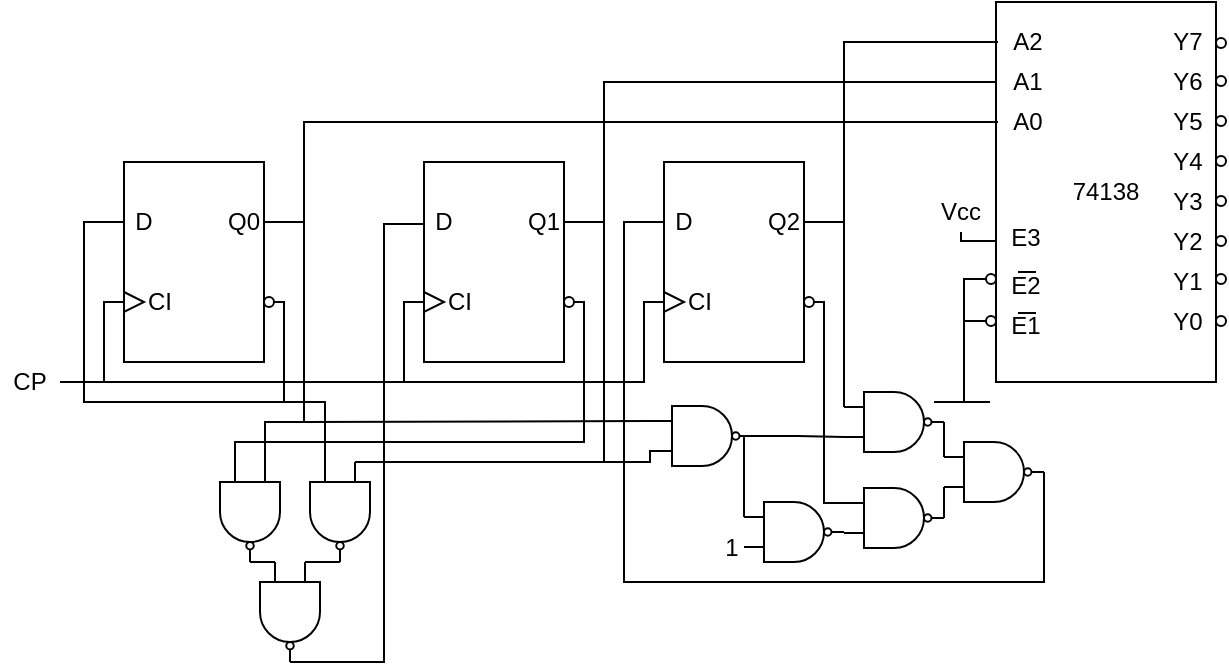
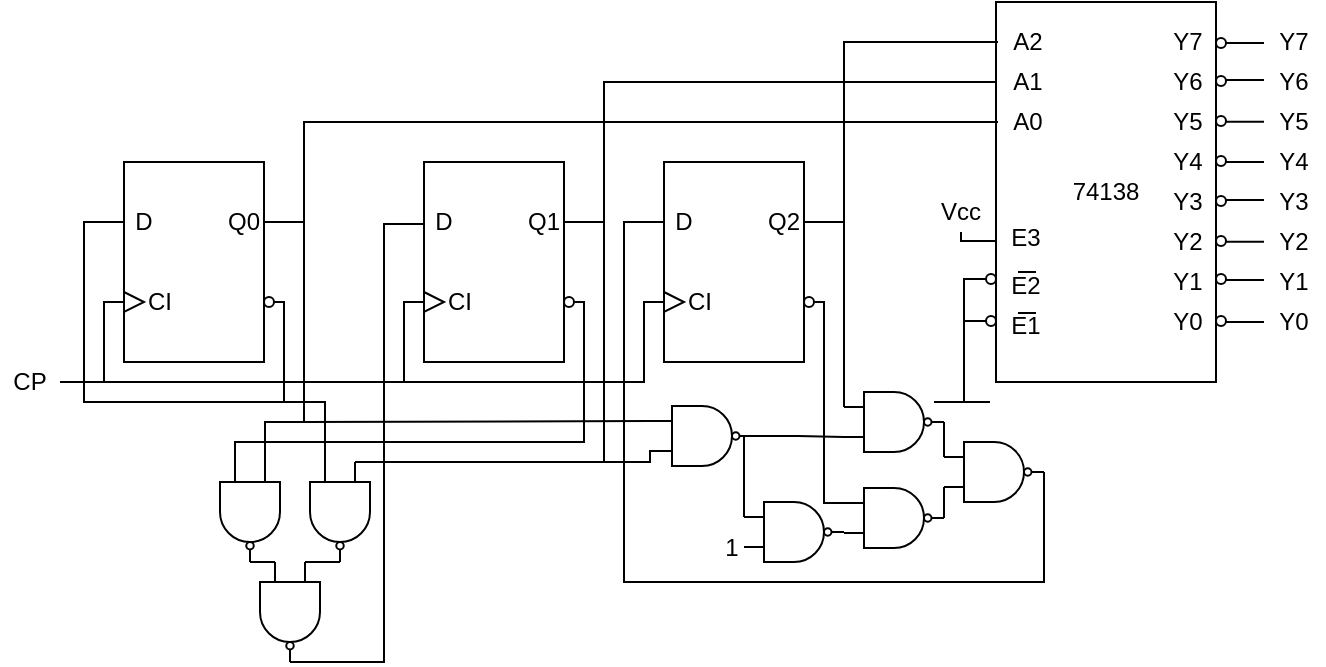
<mxfile host="app.diagrams.net">
  <diagram name="第 1 页" id="2n0clAzB-kkmiZEZzs4C">
-     <mxGraphModel dx="479" dy="254" grid="1" gridSize="10" guides="1" tooltips="1" connect="1" arrows="1" fold="1" page="1" pageScale="1" pageWidth="827" pageHeight="1169" math="0" shadow="0">
+     <mxGraphModel dx="852" dy="368" grid="1" gridSize="10" guides="1" tooltips="1" connect="1" arrows="1" fold="1" page="1" pageScale="1" pageWidth="827" pageHeight="1169" math="0" shadow="0">
      <root>
        <mxCell id="0" />
        <mxCell id="1" parent="0" />
        <mxCell id="GXmpew8t1o11YY-uNaVu-1" parent="1" style="rounded=0;whiteSpace=wrap;html=1;" value="" vertex="1">
          <mxGeometry height="100" width="70" x="90" y="360" as="geometry" />
        </mxCell>
        <mxCell id="GXmpew8t1o11YY-uNaVu-2" parent="1" style="text;html=1;whiteSpace=wrap;strokeColor=none;fillColor=none;align=center;verticalAlign=middle;rounded=0;" value="D" vertex="1">
          <mxGeometry height="20" width="20" x="90" y="380" as="geometry" />
        </mxCell>
        <mxCell id="GXmpew8t1o11YY-uNaVu-3" parent="1" style="text;html=1;whiteSpace=wrap;strokeColor=none;fillColor=none;align=center;verticalAlign=middle;rounded=0;" value="CI" vertex="1">
          <mxGeometry height="20" width="30" x="93" y="420" as="geometry" />
        </mxCell>
        <mxCell id="rB7MInBiW6A64KowDTp8-72" edge="1" parent="1" source="GXmpew8t1o11YY-uNaVu-5" style="edgeStyle=orthogonalEdgeStyle;rounded=0;orthogonalLoop=1;jettySize=auto;html=1;exitX=0;exitY=0.5;exitDx=0;exitDy=0;entryX=1;entryY=0.5;entryDx=0;entryDy=0;endArrow=none;endFill=0;" target="rB7MInBiW6A64KowDTp8-73">
          <mxGeometry relative="1" as="geometry">
            <Array as="points">
              <mxPoint x="80" y="430" />
              <mxPoint x="80" y="470" />
            </Array>
            <mxPoint x="80" y="510" as="targetPoint" />
          </mxGeometry>
        </mxCell>
        <mxCell id="GXmpew8t1o11YY-uNaVu-5" parent="1" style="triangle;whiteSpace=wrap;html=1;" value="" vertex="1">
          <mxGeometry height="10" width="10" x="90" y="425" as="geometry" />
        </mxCell>
        <mxCell id="GXmpew8t1o11YY-uNaVu-6" parent="1" style="text;html=1;whiteSpace=wrap;strokeColor=none;fillColor=none;align=center;verticalAlign=middle;rounded=0;" value="Q0" vertex="1">
          <mxGeometry height="10" width="20" x="140" y="385" as="geometry" />
        </mxCell>
        <mxCell id="rB7MInBiW6A64KowDTp8-56" edge="1" parent="1" source="GXmpew8t1o11YY-uNaVu-7" style="edgeStyle=orthogonalEdgeStyle;rounded=0;orthogonalLoop=1;jettySize=auto;html=1;exitX=1;exitY=0.5;exitDx=0;exitDy=0;entryX=0;entryY=0.5;entryDx=0;entryDy=0;endArrow=none;endFill=0;" target="GXmpew8t1o11YY-uNaVu-2">
          <mxGeometry relative="1" as="geometry">
            <Array as="points">
              <mxPoint x="170" y="430" />
              <mxPoint x="170" y="480" />
              <mxPoint x="70" y="480" />
              <mxPoint x="70" y="390" />
            </Array>
          </mxGeometry>
        </mxCell>
        <mxCell id="GXmpew8t1o11YY-uNaVu-7" parent="1" style="ellipse;whiteSpace=wrap;html=1;aspect=fixed;" value="" vertex="1">
          <mxGeometry height="5" width="5" x="160" y="427.5" as="geometry" />
        </mxCell>
        <mxCell id="GXmpew8t1o11YY-uNaVu-8" parent="1" style="rounded=0;whiteSpace=wrap;html=1;" value="" vertex="1">
          <mxGeometry height="100" width="70" x="240" y="360" as="geometry" />
        </mxCell>
        <mxCell id="GXmpew8t1o11YY-uNaVu-9" parent="1" style="text;html=1;whiteSpace=wrap;strokeColor=none;fillColor=none;align=center;verticalAlign=middle;rounded=0;" value="D" vertex="1">
          <mxGeometry height="20" width="20" x="240" y="380" as="geometry" />
        </mxCell>
        <mxCell id="GXmpew8t1o11YY-uNaVu-10" parent="1" style="text;html=1;whiteSpace=wrap;strokeColor=none;fillColor=none;align=center;verticalAlign=middle;rounded=0;" value="CI" vertex="1">
          <mxGeometry height="20" width="30" x="243" y="420" as="geometry" />
        </mxCell>
        <mxCell id="rB7MInBiW6A64KowDTp8-74" edge="1" parent="1" source="GXmpew8t1o11YY-uNaVu-11" style="edgeStyle=orthogonalEdgeStyle;rounded=0;orthogonalLoop=1;jettySize=auto;html=1;exitX=0;exitY=0.5;exitDx=0;exitDy=0;entryX=1;entryY=0.5;entryDx=0;entryDy=0;endArrow=none;endFill=0;" target="rB7MInBiW6A64KowDTp8-73">
          <mxGeometry relative="1" as="geometry">
            <Array as="points">
              <mxPoint x="230" y="430" />
              <mxPoint x="230" y="470" />
              <mxPoint x="70" y="470" />
            </Array>
          </mxGeometry>
        </mxCell>
        <mxCell id="GXmpew8t1o11YY-uNaVu-11" parent="1" style="triangle;whiteSpace=wrap;html=1;" value="" vertex="1">
          <mxGeometry height="10" width="10" x="240" y="425" as="geometry" />
        </mxCell>
        <mxCell id="GXmpew8t1o11YY-uNaVu-12" parent="1" style="text;html=1;whiteSpace=wrap;strokeColor=none;fillColor=none;align=center;verticalAlign=middle;rounded=0;" value="Q1" vertex="1">
          <mxGeometry height="10" width="20" x="290" y="385" as="geometry" />
        </mxCell>
        <mxCell id="GXmpew8t1o11YY-uNaVu-13" parent="1" style="ellipse;whiteSpace=wrap;html=1;aspect=fixed;" value="" vertex="1">
          <mxGeometry height="5" width="5" x="310" y="427.5" as="geometry" />
        </mxCell>
        <mxCell id="GXmpew8t1o11YY-uNaVu-14" parent="1" style="rounded=0;whiteSpace=wrap;html=1;" value="" vertex="1">
          <mxGeometry height="100" width="70" x="360" y="360" as="geometry" />
        </mxCell>
        <mxCell id="GXmpew8t1o11YY-uNaVu-15" parent="1" style="text;html=1;whiteSpace=wrap;strokeColor=none;fillColor=none;align=center;verticalAlign=middle;rounded=0;" value="D" vertex="1">
          <mxGeometry height="20" width="20" x="360" y="380" as="geometry" />
        </mxCell>
        <mxCell id="GXmpew8t1o11YY-uNaVu-16" parent="1" style="text;html=1;whiteSpace=wrap;strokeColor=none;fillColor=none;align=center;verticalAlign=middle;rounded=0;" value="CI" vertex="1">
          <mxGeometry height="20" width="30" x="363" y="420" as="geometry" />
        </mxCell>
        <mxCell id="rB7MInBiW6A64KowDTp8-75" edge="1" parent="1" source="GXmpew8t1o11YY-uNaVu-17" style="edgeStyle=orthogonalEdgeStyle;rounded=0;orthogonalLoop=1;jettySize=auto;html=1;exitX=0;exitY=0.5;exitDx=0;exitDy=0;entryX=1;entryY=0.5;entryDx=0;entryDy=0;endArrow=none;endFill=0;" target="rB7MInBiW6A64KowDTp8-73">
          <mxGeometry relative="1" as="geometry">
            <Array as="points">
              <mxPoint x="350" y="430" />
              <mxPoint x="350" y="470" />
              <mxPoint x="70" y="470" />
            </Array>
          </mxGeometry>
        </mxCell>
        <mxCell id="GXmpew8t1o11YY-uNaVu-17" parent="1" style="triangle;whiteSpace=wrap;html=1;" value="" vertex="1">
          <mxGeometry height="10" width="10" x="360" y="425" as="geometry" />
        </mxCell>
        <mxCell id="GXmpew8t1o11YY-uNaVu-18" parent="1" style="text;html=1;whiteSpace=wrap;strokeColor=none;fillColor=none;align=center;verticalAlign=middle;rounded=0;" value="Q2" vertex="1">
          <mxGeometry height="10" width="20" x="410" y="385" as="geometry" />
        </mxCell>
        <mxCell id="GXmpew8t1o11YY-uNaVu-19" parent="1" style="ellipse;whiteSpace=wrap;html=1;aspect=fixed;" value="" vertex="1">
          <mxGeometry height="5" width="5" x="430" y="427.5" as="geometry" />
        </mxCell>
        <mxCell id="rB7MInBiW6A64KowDTp8-1" edge="1" parent="1" source="rB7MInBiW6A64KowDTp8-38" style="edgeStyle=orthogonalEdgeStyle;rounded=0;orthogonalLoop=1;jettySize=auto;html=1;exitX=0;exitY=0.5;exitDx=0;exitDy=0;endArrow=none;endFill=0;entryX=1;entryY=0.5;entryDx=0;entryDy=0;" target="GXmpew8t1o11YY-uNaVu-12">
          <mxGeometry relative="1" as="geometry">
            <Array as="points">
              <mxPoint x="330" y="320" />
              <mxPoint x="330" y="390" />
            </Array>
            <mxPoint x="566" y="278.67" as="sourcePoint" />
            <mxPoint x="536" y="278.6461904761905" as="targetPoint" />
          </mxGeometry>
        </mxCell>
        <mxCell id="rB7MInBiW6A64KowDTp8-2" parent="1" style="rounded=0;whiteSpace=wrap;html=1;" value="74138" vertex="1">
          <mxGeometry height="190" width="110" x="526" y="280" as="geometry" />
        </mxCell>
        <mxCell id="rB7MInBiW6A64KowDTp8-3" edge="1" parent="1" source="rB7MInBiW6A64KowDTp8-39" style="edgeStyle=orthogonalEdgeStyle;rounded=0;orthogonalLoop=1;jettySize=auto;html=1;endArrow=none;endFill=0;entryX=1;entryY=0.5;entryDx=0;entryDy=0;exitX=0;exitY=0.5;exitDx=0;exitDy=0;" target="GXmpew8t1o11YY-uNaVu-18">
          <mxGeometry relative="1" as="geometry">
            <Array as="points">
              <mxPoint x="450" y="300" />
              <mxPoint x="450" y="390" />
            </Array>
            <mxPoint x="520" y="300" as="sourcePoint" />
            <mxPoint x="536" y="259.17" as="targetPoint" />
          </mxGeometry>
        </mxCell>
        <mxCell id="rB7MInBiW6A64KowDTp8-4" edge="1" parent="1" source="rB7MInBiW6A64KowDTp8-40" style="edgeStyle=orthogonalEdgeStyle;rounded=0;orthogonalLoop=1;jettySize=auto;html=1;endArrow=none;endFill=0;entryX=1;entryY=0.5;entryDx=0;entryDy=0;exitX=0;exitY=0.5;exitDx=0;exitDy=0;" target="GXmpew8t1o11YY-uNaVu-6">
          <mxGeometry relative="1" as="geometry">
            <Array as="points">
              <mxPoint x="180" y="340" />
              <mxPoint x="180" y="390" />
            </Array>
            <mxPoint x="510" y="340" as="sourcePoint" />
            <mxPoint x="536" y="297" as="targetPoint" />
          </mxGeometry>
        </mxCell>
        <mxCell id="rB7MInBiW6A64KowDTp8-5" edge="1" parent="1" style="edgeStyle=orthogonalEdgeStyle;rounded=0;orthogonalLoop=1;jettySize=auto;html=1;exitX=0;exitY=0.25;exitDx=0;exitDy=0;endArrow=none;endFill=0;entryX=0.5;entryY=1;entryDx=0;entryDy=0;" target="rB7MInBiW6A64KowDTp8-20">
          <mxGeometry relative="1" as="geometry">
            <mxPoint x="526" y="399.5238095238095" as="sourcePoint" />
            <mxPoint x="495" y="400" as="targetPoint" />
          </mxGeometry>
        </mxCell>
        <mxCell id="rB7MInBiW6A64KowDTp8-6" edge="1" parent="1" style="edgeStyle=orthogonalEdgeStyle;rounded=0;orthogonalLoop=1;jettySize=auto;html=1;exitX=0;exitY=0.25;exitDx=0;exitDy=0;endArrow=none;endFill=0;">
          <mxGeometry relative="1" as="geometry">
            <Array as="points">
              <mxPoint x="510" y="418" />
              <mxPoint x="510" y="480" />
            </Array>
            <mxPoint x="526" y="418.5238095238095" as="sourcePoint" />
            <mxPoint x="495" y="480" as="targetPoint" />
          </mxGeometry>
        </mxCell>
        <mxCell id="rB7MInBiW6A64KowDTp8-7" edge="1" parent="1" style="edgeStyle=orthogonalEdgeStyle;rounded=0;orthogonalLoop=1;jettySize=auto;html=1;exitX=0;exitY=0.25;exitDx=0;exitDy=0;endArrow=none;endFill=0;">
          <mxGeometry relative="1" as="geometry">
            <Array as="points">
              <mxPoint x="510" y="440" />
              <mxPoint x="510" y="480" />
            </Array>
            <mxPoint x="526" y="439.5238095238095" as="sourcePoint" />
            <mxPoint x="495" y="480" as="targetPoint" />
          </mxGeometry>
        </mxCell>
        <mxCell id="rB7MInBiW6A64KowDTp8-8" parent="1" style="ellipse;whiteSpace=wrap;html=1;aspect=fixed;" value="" vertex="1">
          <mxGeometry height="5" width="5" x="521" y="437" as="geometry" />
        </mxCell>
        <mxCell id="rB7MInBiW6A64KowDTp8-9" parent="1" style="text;html=1;whiteSpace=wrap;strokeColor=none;fillColor=none;align=center;verticalAlign=middle;rounded=0;" value="Y7" vertex="1">
          <mxGeometry height="20" width="30" x="607" y="290" as="geometry" />
        </mxCell>
        <mxCell id="rB7MInBiW6A64KowDTp8-10" parent="1" style="text;html=1;whiteSpace=wrap;strokeColor=none;fillColor=none;align=center;verticalAlign=middle;rounded=0;" value="Y6" vertex="1">
          <mxGeometry height="20" width="30" x="607" y="310" as="geometry" />
        </mxCell>
        <mxCell id="rB7MInBiW6A64KowDTp8-11" parent="1" style="text;html=1;whiteSpace=wrap;strokeColor=none;fillColor=none;align=center;verticalAlign=middle;rounded=0;" value="Y4" vertex="1">
          <mxGeometry height="20" width="30" x="607" y="350" as="geometry" />
        </mxCell>
        <mxCell id="rB7MInBiW6A64KowDTp8-12" parent="1" style="text;html=1;whiteSpace=wrap;strokeColor=none;fillColor=none;align=center;verticalAlign=middle;rounded=0;" value="Y5" vertex="1">
          <mxGeometry height="20" width="30" x="607" y="330" as="geometry" />
        </mxCell>
        <mxCell id="rB7MInBiW6A64KowDTp8-13" parent="1" style="text;html=1;whiteSpace=wrap;strokeColor=none;fillColor=none;align=center;verticalAlign=middle;rounded=0;" value="Y3" vertex="1">
          <mxGeometry height="20" width="30" x="607" y="370" as="geometry" />
        </mxCell>
        <mxCell id="rB7MInBiW6A64KowDTp8-14" parent="1" style="text;html=1;whiteSpace=wrap;strokeColor=none;fillColor=none;align=center;verticalAlign=middle;rounded=0;" value="Y1" vertex="1">
          <mxGeometry height="20" width="30" x="607" y="410" as="geometry" />
        </mxCell>
        <mxCell id="rB7MInBiW6A64KowDTp8-15" parent="1" style="text;html=1;whiteSpace=wrap;strokeColor=none;fillColor=none;align=center;verticalAlign=middle;rounded=0;" value="Y2" vertex="1">
          <mxGeometry height="20" width="30" x="607" y="390" as="geometry" />
        </mxCell>
        <mxCell id="rB7MInBiW6A64KowDTp8-16" parent="1" style="text;html=1;whiteSpace=wrap;strokeColor=none;fillColor=none;align=center;verticalAlign=middle;rounded=0;" value="Y0" vertex="1">
          <mxGeometry height="20" width="30" x="607" y="430" as="geometry" />
        </mxCell>
        <mxCell id="rB7MInBiW6A64KowDTp8-17" parent="1" style="text;html=1;whiteSpace=wrap;strokeColor=none;fillColor=none;align=center;verticalAlign=middle;rounded=0;" value="E2" vertex="1">
          <mxGeometry height="20" width="30" x="526" y="411.5" as="geometry" />
        </mxCell>
        <mxCell id="rB7MInBiW6A64KowDTp8-18" edge="1" parent="1" style="endArrow=none;html=1;rounded=0;" value="">
          <mxGeometry height="50" relative="1" width="50" as="geometry">
            <mxPoint x="537" y="415" as="sourcePoint" />
            <mxPoint x="546" y="415" as="targetPoint" />
          </mxGeometry>
        </mxCell>
        <mxCell id="rB7MInBiW6A64KowDTp8-20" parent="1" style="text;html=1;whiteSpace=wrap;strokeColor=none;fillColor=none;align=center;verticalAlign=middle;rounded=0;" value="Vcc" vertex="1">
          <mxGeometry height="20" width="31" x="493" y="375" as="geometry" />
        </mxCell>
        <mxCell id="rB7MInBiW6A64KowDTp8-21" edge="1" parent="1" style="endArrow=none;html=1;rounded=0;" value="">
          <mxGeometry height="50" relative="1" width="50" as="geometry">
            <mxPoint x="503" y="480" as="sourcePoint" />
            <mxPoint x="523" y="480" as="targetPoint" />
          </mxGeometry>
        </mxCell>
        <mxCell id="rB7MInBiW6A64KowDTp8-26" parent="1" style="ellipse;whiteSpace=wrap;html=1;aspect=fixed;" value="" vertex="1">
          <mxGeometry height="5" width="5" x="636" y="437" as="geometry" />
        </mxCell>
        <mxCell id="rB7MInBiW6A64KowDTp8-27" parent="1" style="ellipse;whiteSpace=wrap;html=1;aspect=fixed;" value="" vertex="1">
          <mxGeometry height="5" width="5" x="636" y="416" as="geometry" />
        </mxCell>
        <mxCell id="rB7MInBiW6A64KowDTp8-28" parent="1" style="ellipse;whiteSpace=wrap;html=1;aspect=fixed;" value="" vertex="1">
          <mxGeometry height="5" width="5" x="636" y="397" as="geometry" />
        </mxCell>
        <mxCell id="rB7MInBiW6A64KowDTp8-29" parent="1" style="ellipse;whiteSpace=wrap;html=1;aspect=fixed;" value="" vertex="1">
          <mxGeometry height="5" width="5" x="636" y="377" as="geometry" />
        </mxCell>
        <mxCell id="rB7MInBiW6A64KowDTp8-30" parent="1" style="ellipse;whiteSpace=wrap;html=1;aspect=fixed;" value="" vertex="1">
          <mxGeometry height="5" width="5" x="636" y="357" as="geometry" />
        </mxCell>
        <mxCell id="rB7MInBiW6A64KowDTp8-31" parent="1" style="ellipse;whiteSpace=wrap;html=1;aspect=fixed;" value="" vertex="1">
          <mxGeometry height="5" width="5" x="636" y="337" as="geometry" />
        </mxCell>
        <mxCell id="rB7MInBiW6A64KowDTp8-32" parent="1" style="ellipse;whiteSpace=wrap;html=1;aspect=fixed;" value="" vertex="1">
          <mxGeometry height="5" width="5" x="636" y="317" as="geometry" />
        </mxCell>
+         <mxCell id="rB7MInBiW6A64KowDTp8-96" edge="1" parent="1" source="rB7MInBiW6A64KowDTp8-33" style="edgeStyle=orthogonalEdgeStyle;rounded=0;orthogonalLoop=1;jettySize=auto;html=1;exitX=1;exitY=0.5;exitDx=0;exitDy=0;endArrow=none;endFill=0;">
+           <mxGeometry relative="1" as="geometry">
+             <mxPoint x="660" y="301" as="targetPoint" />
+           </mxGeometry>
+         </mxCell>
        <mxCell id="rB7MInBiW6A64KowDTp8-33" parent="1" style="ellipse;whiteSpace=wrap;html=1;aspect=fixed;" value="" vertex="1">
          <mxGeometry height="5" width="5" x="636" y="298" as="geometry" />
        </mxCell>
        <mxCell id="rB7MInBiW6A64KowDTp8-34" parent="1" style="ellipse;whiteSpace=wrap;html=1;aspect=fixed;" value="" vertex="1">
          <mxGeometry height="5" width="5" x="521" y="416" as="geometry" />
        </mxCell>
        <mxCell id="rB7MInBiW6A64KowDTp8-35" parent="1" style="text;html=1;whiteSpace=wrap;strokeColor=none;fillColor=none;align=center;verticalAlign=middle;rounded=0;" value="E1" vertex="1">
          <mxGeometry height="20" width="30" x="526" y="432" as="geometry" />
        </mxCell>
        <mxCell id="rB7MInBiW6A64KowDTp8-36" edge="1" parent="1" style="endArrow=none;html=1;rounded=0;" value="">
          <mxGeometry height="50" relative="1" width="50" as="geometry">
            <mxPoint x="537" y="435.5" as="sourcePoint" />
            <mxPoint x="546" y="435.5" as="targetPoint" />
          </mxGeometry>
        </mxCell>
        <mxCell id="rB7MInBiW6A64KowDTp8-37" parent="1" style="text;html=1;whiteSpace=wrap;strokeColor=none;fillColor=none;align=center;verticalAlign=middle;rounded=0;" value="E3" vertex="1">
          <mxGeometry height="20" width="30" x="526" y="388" as="geometry" />
        </mxCell>
        <mxCell id="rB7MInBiW6A64KowDTp8-38" parent="1" style="text;html=1;whiteSpace=wrap;strokeColor=none;fillColor=none;align=center;verticalAlign=middle;rounded=0;" value="A1" vertex="1">
          <mxGeometry height="20" width="30" x="527" y="310" as="geometry" />
        </mxCell>
        <mxCell id="rB7MInBiW6A64KowDTp8-39" parent="1" style="text;html=1;whiteSpace=wrap;strokeColor=none;fillColor=none;align=center;verticalAlign=middle;rounded=0;" value="A2" vertex="1">
          <mxGeometry height="20" width="30" x="527" y="290" as="geometry" />
        </mxCell>
        <mxCell id="rB7MInBiW6A64KowDTp8-40" parent="1" style="text;html=1;whiteSpace=wrap;strokeColor=none;fillColor=none;align=center;verticalAlign=middle;rounded=0;" value="A0" vertex="1">
          <mxGeometry height="20" width="30" x="527" y="330" as="geometry" />
        </mxCell>
        <mxCell id="rB7MInBiW6A64KowDTp8-68" edge="1" parent="1" source="rB7MInBiW6A64KowDTp8-60" style="edgeStyle=orthogonalEdgeStyle;rounded=0;orthogonalLoop=1;jettySize=auto;html=1;entryX=1;entryY=0.5;entryDx=0;entryDy=0;endArrow=none;endFill=0;exitX=0;exitY=0.75;exitDx=0;exitDy=0;exitPerimeter=0;" target="GXmpew8t1o11YY-uNaVu-7">
          <mxGeometry relative="1" as="geometry">
            <Array as="points">
              <mxPoint x="191" y="480" />
              <mxPoint x="170" y="480" />
              <mxPoint x="170" y="430" />
            </Array>
            <mxPoint x="180" y="519" as="sourcePoint" />
            <mxPoint x="220" y="430" as="targetPoint" />
          </mxGeometry>
        </mxCell>
        <mxCell id="rB7MInBiW6A64KowDTp8-69" edge="1" parent="1" source="rB7MInBiW6A64KowDTp8-60" style="edgeStyle=orthogonalEdgeStyle;rounded=0;orthogonalLoop=1;jettySize=auto;html=1;entryX=1;entryY=0.5;entryDx=0;entryDy=0;endArrow=none;endFill=0;exitX=0;exitY=0.25;exitDx=0;exitDy=0;exitPerimeter=0;" target="GXmpew8t1o11YY-uNaVu-12">
          <mxGeometry relative="1" as="geometry">
            <Array as="points">
              <mxPoint x="206" y="510" />
              <mxPoint x="330" y="510" />
              <mxPoint x="330" y="390" />
            </Array>
            <mxPoint x="210" y="500" as="sourcePoint" />
          </mxGeometry>
        </mxCell>
        <mxCell id="rB7MInBiW6A64KowDTp8-60" parent="1" style="verticalLabelPosition=bottom;shadow=0;dashed=0;align=center;html=1;verticalAlign=top;shape=mxgraph.electrical.logic_gates.logic_gate;operation=and;negating=1;negSize=0.15;rotation=90;" value="" vertex="1">
          <mxGeometry height="30" width="50" x="173" y="520" as="geometry" />
        </mxCell>
        <mxCell id="rB7MInBiW6A64KowDTp8-66" edge="1" parent="1" source="rB7MInBiW6A64KowDTp8-61" style="edgeStyle=orthogonalEdgeStyle;rounded=0;orthogonalLoop=1;jettySize=auto;html=1;exitX=1;exitY=0.5;exitDx=0;exitDy=0;exitPerimeter=0;endArrow=none;endFill=0;entryX=0;entryY=0.5;entryDx=0;entryDy=0;" target="GXmpew8t1o11YY-uNaVu-9">
          <mxGeometry relative="1" as="geometry">
            <Array as="points">
              <mxPoint x="220" y="610" />
              <mxPoint x="220" y="391" />
              <mxPoint x="240" y="391" />
            </Array>
            <mxPoint x="210" y="400" as="targetPoint" />
          </mxGeometry>
        </mxCell>
        <mxCell id="rB7MInBiW6A64KowDTp8-61" parent="1" style="verticalLabelPosition=bottom;shadow=0;dashed=0;align=center;html=1;verticalAlign=top;shape=mxgraph.electrical.logic_gates.logic_gate;operation=and;negating=1;negSize=0.15;rotation=90;" value="" vertex="1">
          <mxGeometry height="30" width="50" x="148" y="570" as="geometry" />
        </mxCell>
        <mxCell id="rB7MInBiW6A64KowDTp8-70" edge="1" parent="1" source="rB7MInBiW6A64KowDTp8-62" style="edgeStyle=orthogonalEdgeStyle;rounded=0;orthogonalLoop=1;jettySize=auto;html=1;entryX=1;entryY=0.5;entryDx=0;entryDy=0;endArrow=none;endFill=0;exitX=0;exitY=0.75;exitDx=0;exitDy=0;exitPerimeter=0;" target="GXmpew8t1o11YY-uNaVu-13">
          <mxGeometry relative="1" as="geometry">
            <Array as="points">
              <mxPoint x="146" y="500" />
              <mxPoint x="320" y="500" />
              <mxPoint x="320" y="430" />
            </Array>
            <mxPoint x="140" y="500" as="sourcePoint" />
          </mxGeometry>
        </mxCell>
        <mxCell id="rB7MInBiW6A64KowDTp8-71" edge="1" parent="1" source="rB7MInBiW6A64KowDTp8-62" style="edgeStyle=orthogonalEdgeStyle;rounded=0;orthogonalLoop=1;jettySize=auto;html=1;exitX=0;exitY=0.25;exitDx=0;exitDy=0;exitPerimeter=0;entryX=1;entryY=0.5;entryDx=0;entryDy=0;endArrow=none;endFill=0;" target="GXmpew8t1o11YY-uNaVu-6">
          <mxGeometry relative="1" as="geometry">
            <Array as="points">
              <mxPoint x="160" y="490" />
              <mxPoint x="180" y="490" />
              <mxPoint x="180" y="390" />
            </Array>
          </mxGeometry>
        </mxCell>
        <mxCell id="rB7MInBiW6A64KowDTp8-62" parent="1" style="verticalLabelPosition=bottom;shadow=0;dashed=0;align=center;html=1;verticalAlign=top;shape=mxgraph.electrical.logic_gates.logic_gate;operation=and;negating=1;negSize=0.15;rotation=90;" value="" vertex="1">
          <mxGeometry height="30" width="50" x="128" y="520" as="geometry" />
        </mxCell>
        <mxCell id="rB7MInBiW6A64KowDTp8-64" edge="1" parent="1" source="rB7MInBiW6A64KowDTp8-60" style="edgeStyle=orthogonalEdgeStyle;rounded=0;orthogonalLoop=1;jettySize=auto;html=1;exitX=1;exitY=0.5;exitDx=0;exitDy=0;exitPerimeter=0;entryX=0;entryY=0.25;entryDx=0;entryDy=0;entryPerimeter=0;endArrow=none;endFill=0;" target="rB7MInBiW6A64KowDTp8-61">
          <mxGeometry relative="1" as="geometry" />
        </mxCell>
        <mxCell id="rB7MInBiW6A64KowDTp8-65" edge="1" parent="1" source="rB7MInBiW6A64KowDTp8-62" style="edgeStyle=orthogonalEdgeStyle;rounded=0;orthogonalLoop=1;jettySize=auto;html=1;exitX=1;exitY=0.5;exitDx=0;exitDy=0;exitPerimeter=0;entryX=0;entryY=0.75;entryDx=0;entryDy=0;entryPerimeter=0;endArrow=none;endFill=0;" target="rB7MInBiW6A64KowDTp8-61">
          <mxGeometry relative="1" as="geometry" />
        </mxCell>
        <mxCell id="rB7MInBiW6A64KowDTp8-73" parent="1" style="text;html=1;whiteSpace=wrap;strokeColor=none;fillColor=none;align=center;verticalAlign=middle;rounded=0;" value="CP" vertex="1">
          <mxGeometry height="20" width="30" x="28" y="460" as="geometry" />
        </mxCell>
        <mxCell id="rB7MInBiW6A64KowDTp8-77" edge="1" parent="1" source="rB7MInBiW6A64KowDTp8-76" style="edgeStyle=orthogonalEdgeStyle;rounded=0;orthogonalLoop=1;jettySize=auto;html=1;entryX=1;entryY=0.5;entryDx=0;entryDy=0;endArrow=none;endFill=0;exitX=0;exitY=0.25;exitDx=0;exitDy=0;exitPerimeter=0;" target="GXmpew8t1o11YY-uNaVu-6">
          <mxGeometry relative="1" as="geometry">
            <Array as="points">
              <mxPoint x="353" y="490" />
              <mxPoint x="180" y="490" />
              <mxPoint x="180" y="390" />
            </Array>
            <mxPoint x="380" y="510" as="sourcePoint" />
          </mxGeometry>
        </mxCell>
        <mxCell id="rB7MInBiW6A64KowDTp8-78" edge="1" parent="1" source="rB7MInBiW6A64KowDTp8-76" style="edgeStyle=orthogonalEdgeStyle;rounded=0;orthogonalLoop=1;jettySize=auto;html=1;entryX=1;entryY=0.5;entryDx=0;entryDy=0;endArrow=none;endFill=0;exitX=0;exitY=0.75;exitDx=0;exitDy=0;exitPerimeter=0;" target="GXmpew8t1o11YY-uNaVu-12">
          <mxGeometry relative="1" as="geometry">
            <Array as="points">
              <mxPoint x="353" y="504" />
              <mxPoint x="353" y="510" />
              <mxPoint x="330" y="510" />
              <mxPoint x="330" y="390" />
            </Array>
            <mxPoint x="370" y="540" as="sourcePoint" />
          </mxGeometry>
        </mxCell>
        <mxCell id="rB7MInBiW6A64KowDTp8-76" parent="1" style="verticalLabelPosition=bottom;shadow=0;dashed=0;align=center;html=1;verticalAlign=top;shape=mxgraph.electrical.logic_gates.logic_gate;operation=and;negating=1;negSize=0.15;rotation=0;" value="" vertex="1">
          <mxGeometry height="30" width="50" x="354" y="482" as="geometry" />
        </mxCell>
        <mxCell id="rB7MInBiW6A64KowDTp8-81" edge="1" parent="1" source="rB7MInBiW6A64KowDTp8-79" style="edgeStyle=orthogonalEdgeStyle;rounded=0;orthogonalLoop=1;jettySize=auto;html=1;exitX=0;exitY=0.25;exitDx=0;exitDy=0;exitPerimeter=0;entryX=1;entryY=0.5;entryDx=0;entryDy=0;endArrow=none;endFill=0;" target="GXmpew8t1o11YY-uNaVu-18">
          <mxGeometry relative="1" as="geometry">
            <Array as="points">
              <mxPoint x="450" y="390" />
            </Array>
          </mxGeometry>
        </mxCell>
        <mxCell id="rB7MInBiW6A64KowDTp8-79" parent="1" style="verticalLabelPosition=bottom;shadow=0;dashed=0;align=center;html=1;verticalAlign=top;shape=mxgraph.electrical.logic_gates.logic_gate;operation=and;negating=1;negSize=0.15;rotation=0;" value="" vertex="1">
          <mxGeometry height="30" width="50" x="450" y="475" as="geometry" />
        </mxCell>
        <mxCell id="rB7MInBiW6A64KowDTp8-80" edge="1" parent="1" source="rB7MInBiW6A64KowDTp8-76" style="edgeStyle=orthogonalEdgeStyle;rounded=0;orthogonalLoop=1;jettySize=auto;html=1;exitX=1;exitY=0.5;exitDx=0;exitDy=0;exitPerimeter=0;entryX=0;entryY=0.75;entryDx=0;entryDy=0;entryPerimeter=0;endArrow=none;endFill=0;" target="rB7MInBiW6A64KowDTp8-79">
          <mxGeometry relative="1" as="geometry" />
        </mxCell>
        <mxCell id="rB7MInBiW6A64KowDTp8-82" parent="1" style="verticalLabelPosition=bottom;shadow=0;dashed=0;align=center;html=1;verticalAlign=top;shape=mxgraph.electrical.logic_gates.logic_gate;operation=and;negating=1;negSize=0.15;rotation=0;" value="" vertex="1">
          <mxGeometry height="30" width="50" x="400" y="530" as="geometry" />
        </mxCell>
        <mxCell id="rB7MInBiW6A64KowDTp8-83" edge="1" parent="1" source="rB7MInBiW6A64KowDTp8-82" style="edgeStyle=orthogonalEdgeStyle;rounded=0;orthogonalLoop=1;jettySize=auto;html=1;endArrow=none;endFill=0;entryX=1;entryY=0.5;entryDx=0;entryDy=0;entryPerimeter=0;exitX=0;exitY=0.25;exitDx=0;exitDy=0;exitPerimeter=0;" target="rB7MInBiW6A64KowDTp8-76">
          <mxGeometry relative="1" as="geometry">
            <Array as="points">
              <mxPoint x="400" y="497" />
            </Array>
            <mxPoint x="380" y="530" as="sourcePoint" />
            <mxPoint x="400" y="530" as="targetPoint" />
          </mxGeometry>
        </mxCell>
        <mxCell id="rB7MInBiW6A64KowDTp8-84" parent="1" style="text;html=1;whiteSpace=wrap;strokeColor=none;fillColor=none;align=center;verticalAlign=middle;rounded=0;" value="1" vertex="1">
          <mxGeometry height="15" width="20" x="384" y="545" as="geometry" />
        </mxCell>
        <mxCell id="rB7MInBiW6A64KowDTp8-88" edge="1" parent="1" source="rB7MInBiW6A64KowDTp8-85" style="edgeStyle=orthogonalEdgeStyle;rounded=0;orthogonalLoop=1;jettySize=auto;html=1;exitX=0;exitY=0.25;exitDx=0;exitDy=0;exitPerimeter=0;entryX=1;entryY=0.5;entryDx=0;entryDy=0;endArrow=none;endFill=0;" target="GXmpew8t1o11YY-uNaVu-19">
          <mxGeometry relative="1" as="geometry">
            <Array as="points">
              <mxPoint x="450" y="530" />
              <mxPoint x="440" y="530" />
              <mxPoint x="440" y="430" />
            </Array>
          </mxGeometry>
        </mxCell>
        <mxCell id="rB7MInBiW6A64KowDTp8-85" parent="1" style="verticalLabelPosition=bottom;shadow=0;dashed=0;align=center;html=1;verticalAlign=top;shape=mxgraph.electrical.logic_gates.logic_gate;operation=and;negating=1;negSize=0.15;rotation=0;" value="" vertex="1">
          <mxGeometry height="30" width="50" x="450" y="523" as="geometry" />
        </mxCell>
        <mxCell id="rB7MInBiW6A64KowDTp8-86" edge="1" parent="1" source="rB7MInBiW6A64KowDTp8-82" style="edgeStyle=orthogonalEdgeStyle;rounded=0;orthogonalLoop=1;jettySize=auto;html=1;exitX=1;exitY=0.5;exitDx=0;exitDy=0;exitPerimeter=0;endArrow=none;endFill=0;entryX=0;entryY=0.75;entryDx=0;entryDy=0;entryPerimeter=0;" target="rB7MInBiW6A64KowDTp8-85">
          <mxGeometry relative="1" as="geometry">
            <mxPoint x="470" y="580" as="targetPoint" />
          </mxGeometry>
        </mxCell>
        <mxCell id="rB7MInBiW6A64KowDTp8-92" edge="1" parent="1" source="rB7MInBiW6A64KowDTp8-89" style="edgeStyle=orthogonalEdgeStyle;rounded=0;orthogonalLoop=1;jettySize=auto;html=1;exitX=1;exitY=0.5;exitDx=0;exitDy=0;exitPerimeter=0;entryX=0;entryY=0.5;entryDx=0;entryDy=0;endArrow=none;endFill=0;" target="GXmpew8t1o11YY-uNaVu-15">
          <mxGeometry relative="1" as="geometry">
            <Array as="points">
              <mxPoint x="550" y="570" />
              <mxPoint x="340" y="570" />
              <mxPoint x="340" y="390" />
            </Array>
          </mxGeometry>
        </mxCell>
        <mxCell id="rB7MInBiW6A64KowDTp8-89" parent="1" style="verticalLabelPosition=bottom;shadow=0;dashed=0;align=center;html=1;verticalAlign=top;shape=mxgraph.electrical.logic_gates.logic_gate;operation=and;negating=1;negSize=0.15;rotation=0;" value="" vertex="1">
          <mxGeometry height="30" width="50" x="500" y="500" as="geometry" />
        </mxCell>
        <mxCell id="rB7MInBiW6A64KowDTp8-90" edge="1" parent="1" source="rB7MInBiW6A64KowDTp8-79" style="edgeStyle=orthogonalEdgeStyle;rounded=0;orthogonalLoop=1;jettySize=auto;html=1;exitX=1;exitY=0.5;exitDx=0;exitDy=0;exitPerimeter=0;entryX=0;entryY=0.25;entryDx=0;entryDy=0;entryPerimeter=0;endArrow=none;endFill=0;" target="rB7MInBiW6A64KowDTp8-89">
          <mxGeometry relative="1" as="geometry" />
        </mxCell>
        <mxCell id="rB7MInBiW6A64KowDTp8-91" edge="1" parent="1" source="rB7MInBiW6A64KowDTp8-85" style="edgeStyle=orthogonalEdgeStyle;rounded=0;orthogonalLoop=1;jettySize=auto;html=1;exitX=1;exitY=0.5;exitDx=0;exitDy=0;exitPerimeter=0;entryX=0;entryY=0.75;entryDx=0;entryDy=0;entryPerimeter=0;endArrow=none;endFill=0;" target="rB7MInBiW6A64KowDTp8-89">
          <mxGeometry relative="1" as="geometry" />
        </mxCell>
+         <mxCell id="rB7MInBiW6A64KowDTp8-97" edge="1" parent="1" style="edgeStyle=orthogonalEdgeStyle;rounded=0;orthogonalLoop=1;jettySize=auto;html=1;exitX=1;exitY=0.5;exitDx=0;exitDy=0;endArrow=none;endFill=0;">
+           <mxGeometry relative="1" as="geometry">
+             <mxPoint x="641" y="319" as="sourcePoint" />
+             <mxPoint x="660" y="319" as="targetPoint" />
+           </mxGeometry>
+         </mxCell>
+         <mxCell id="rB7MInBiW6A64KowDTp8-99" edge="1" parent="1" style="edgeStyle=orthogonalEdgeStyle;rounded=0;orthogonalLoop=1;jettySize=auto;html=1;exitX=1;exitY=0.5;exitDx=0;exitDy=0;endArrow=none;endFill=0;">
+           <mxGeometry relative="1" as="geometry">
+             <mxPoint x="641" y="339.83" as="sourcePoint" />
+             <mxPoint x="660" y="339.83" as="targetPoint" />
+           </mxGeometry>
+         </mxCell>
+         <mxCell id="rB7MInBiW6A64KowDTp8-101" edge="1" parent="1" style="edgeStyle=orthogonalEdgeStyle;rounded=0;orthogonalLoop=1;jettySize=auto;html=1;exitX=1;exitY=0.5;exitDx=0;exitDy=0;endArrow=none;endFill=0;">
+           <mxGeometry relative="1" as="geometry">
+             <Array as="points">
+               <mxPoint x="641" y="360" />
+               <mxPoint x="641" y="360" />
+             </Array>
+             <mxPoint x="641" y="360" as="sourcePoint" />
+             <mxPoint x="660" y="360" as="targetPoint" />
+           </mxGeometry>
+         </mxCell>
+         <mxCell id="rB7MInBiW6A64KowDTp8-102" edge="1" parent="1" style="edgeStyle=orthogonalEdgeStyle;rounded=0;orthogonalLoop=1;jettySize=auto;html=1;exitX=1;exitY=0.5;exitDx=0;exitDy=0;endArrow=none;endFill=0;">
+           <mxGeometry relative="1" as="geometry">
+             <mxPoint x="641" y="379" as="sourcePoint" />
+             <mxPoint x="660" y="379" as="targetPoint" />
+           </mxGeometry>
+         </mxCell>
+         <mxCell id="rB7MInBiW6A64KowDTp8-103" edge="1" parent="1" style="edgeStyle=orthogonalEdgeStyle;rounded=0;orthogonalLoop=1;jettySize=auto;html=1;exitX=1;exitY=0.5;exitDx=0;exitDy=0;endArrow=none;endFill=0;">
+           <mxGeometry relative="1" as="geometry">
+             <mxPoint x="641" y="399.83" as="sourcePoint" />
+             <mxPoint x="660" y="399.83" as="targetPoint" />
+           </mxGeometry>
+         </mxCell>
+         <mxCell id="rB7MInBiW6A64KowDTp8-104" edge="1" parent="1" style="edgeStyle=orthogonalEdgeStyle;rounded=0;orthogonalLoop=1;jettySize=auto;html=1;exitX=1;exitY=0.5;exitDx=0;exitDy=0;endArrow=none;endFill=0;">
+           <mxGeometry relative="1" as="geometry">
+             <mxPoint x="641" y="419" as="sourcePoint" />
+             <mxPoint x="660" y="419" as="targetPoint" />
+           </mxGeometry>
+         </mxCell>
+         <mxCell id="rB7MInBiW6A64KowDTp8-105" edge="1" parent="1" style="edgeStyle=orthogonalEdgeStyle;rounded=0;orthogonalLoop=1;jettySize=auto;html=1;exitX=1;exitY=0.5;exitDx=0;exitDy=0;endArrow=none;endFill=0;">
+           <mxGeometry relative="1" as="geometry">
+             <mxPoint x="641" y="440" as="sourcePoint" />
+             <mxPoint x="660" y="440" as="targetPoint" />
+           </mxGeometry>
+         </mxCell>
+         <mxCell id="rB7MInBiW6A64KowDTp8-107" parent="1" style="text;html=1;whiteSpace=wrap;strokeColor=none;fillColor=none;align=center;verticalAlign=middle;rounded=0;" value="Y7" vertex="1">
+           <mxGeometry height="20" width="30" x="660" y="290" as="geometry" />
+         </mxCell>
+         <mxCell id="rB7MInBiW6A64KowDTp8-108" parent="1" style="text;html=1;whiteSpace=wrap;strokeColor=none;fillColor=none;align=center;verticalAlign=middle;rounded=0;" value="Y6" vertex="1">
+           <mxGeometry height="20" width="30" x="660" y="310" as="geometry" />
+         </mxCell>
+         <mxCell id="rB7MInBiW6A64KowDTp8-109" parent="1" style="text;html=1;whiteSpace=wrap;strokeColor=none;fillColor=none;align=center;verticalAlign=middle;rounded=0;" value="Y4" vertex="1">
+           <mxGeometry height="20" width="30" x="660" y="350" as="geometry" />
+         </mxCell>
+         <mxCell id="rB7MInBiW6A64KowDTp8-110" parent="1" style="text;html=1;whiteSpace=wrap;strokeColor=none;fillColor=none;align=center;verticalAlign=middle;rounded=0;" value="Y5" vertex="1">
+           <mxGeometry height="20" width="30" x="660" y="330" as="geometry" />
+         </mxCell>
+         <mxCell id="rB7MInBiW6A64KowDTp8-111" parent="1" style="text;html=1;whiteSpace=wrap;strokeColor=none;fillColor=none;align=center;verticalAlign=middle;rounded=0;" value="Y3" vertex="1">
+           <mxGeometry height="20" width="30" x="660" y="370" as="geometry" />
+         </mxCell>
+         <mxCell id="rB7MInBiW6A64KowDTp8-112" parent="1" style="text;html=1;whiteSpace=wrap;strokeColor=none;fillColor=none;align=center;verticalAlign=middle;rounded=0;" value="Y1" vertex="1">
+           <mxGeometry height="20" width="30" x="660" y="410" as="geometry" />
+         </mxCell>
+         <mxCell id="rB7MInBiW6A64KowDTp8-113" parent="1" style="text;html=1;whiteSpace=wrap;strokeColor=none;fillColor=none;align=center;verticalAlign=middle;rounded=0;" value="Y2" vertex="1">
+           <mxGeometry height="20" width="30" x="660" y="390" as="geometry" />
+         </mxCell>
+         <mxCell id="rB7MInBiW6A64KowDTp8-114" parent="1" style="text;html=1;whiteSpace=wrap;strokeColor=none;fillColor=none;align=center;verticalAlign=middle;rounded=0;" value="Y0" vertex="1">
+           <mxGeometry height="20" width="30" x="660" y="430" as="geometry" />
+         </mxCell>
      </root>
    </mxGraphModel>
  </diagram>
</mxfile>
